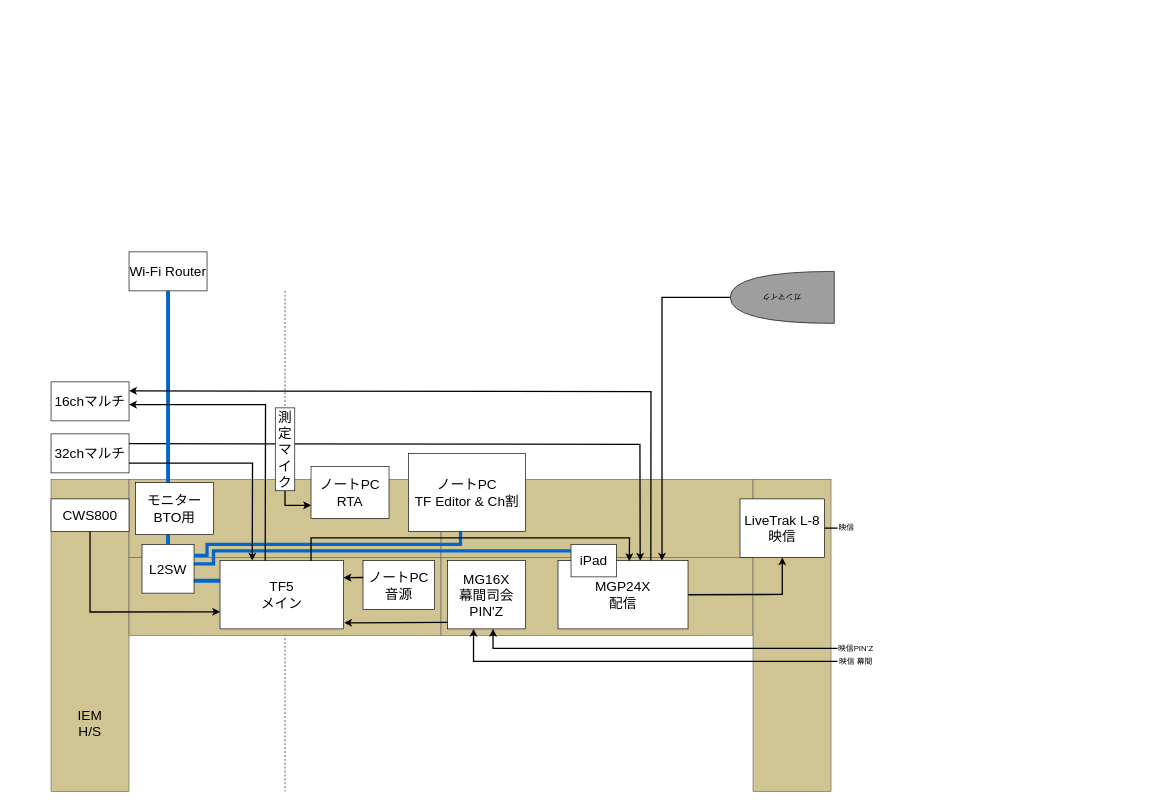
This is Geinousai.drawio from shuji4649/drawio, a draw.io file, before an edit. Source tidied: cells renumbered, new cells numbered last; positions are measured from the earlier drawing's top-left corner, leaving out a move shared by most shapes. Both pictures are drawn from the tidied source at 65%, with x=0, y=0 at pixel (-66, 252).
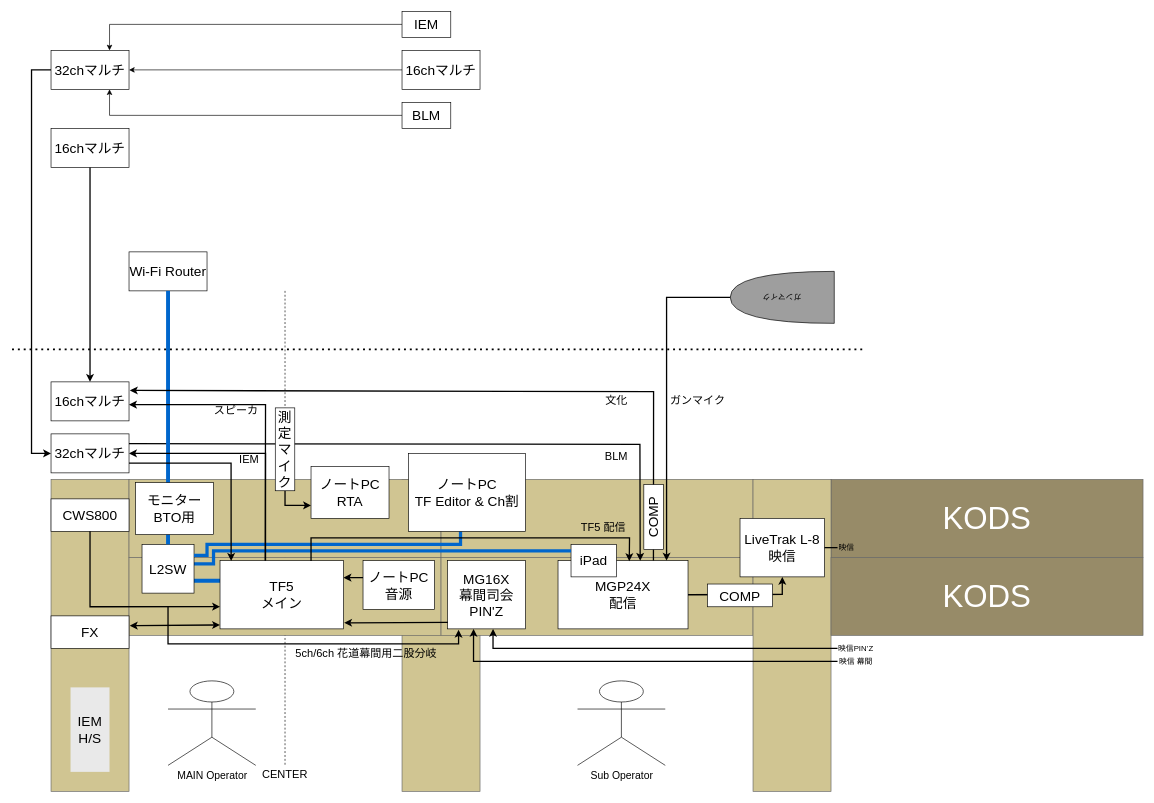
The same page after the edit.

Commit message:
Geinousai.drawio を更新します

Unchanged cells that the change refers to:
```xml
<mxCell id="9" value="&lt;span style=&quot;font-size: 21px;&quot;&gt;MGP24X&lt;/span&gt;&lt;div&gt;&lt;span style=&quot;font-size: 21px;&quot;&gt;配信&lt;/span&gt;&lt;/div&gt;" style="rounded=0;whiteSpace=wrap;html=1;" parent="1" vertex="1">
  <mxGeometry x="960" y="475" width="200" height="105" as="geometry" />
</mxCell>
<mxCell id="11" value="&lt;span style=&quot;font-size: 21px;&quot;&gt;MG16X&lt;/span&gt;&lt;div&gt;&lt;span style=&quot;font-size: 21px;&quot;&gt;幕間司会PIN'Z&lt;/span&gt;&lt;/div&gt;" style="rounded=0;whiteSpace=wrap;html=1;" parent="1" vertex="1">
  <mxGeometry x="790" y="475" width="120" height="105" as="geometry" />
</mxCell>
<mxCell id="12" value="&lt;span style=&quot;font-size: 21px;&quot;&gt;32chマルチ&lt;/span&gt;" style="rounded=0;whiteSpace=wrap;html=1;" parent="1" vertex="1">
  <mxGeometry x="180" y="280" width="120" height="60" as="geometry" />
</mxCell>
<mxCell id="13" value="&lt;span style=&quot;font-size: 21px;&quot;&gt;CWS800&lt;/span&gt;" style="rounded=0;whiteSpace=wrap;html=1;" parent="1" vertex="1">
  <mxGeometry x="180" y="380" width="120" height="50" as="geometry" />
</mxCell>
<mxCell id="26" value="&lt;font style=&quot;font-size: 21px;&quot;&gt;TF5&lt;/font&gt;&lt;div&gt;&lt;font style=&quot;font-size: 21px;&quot;&gt;メイン&lt;/font&gt;&lt;/div&gt;" style="rounded=0;whiteSpace=wrap;html=1;" parent="1" vertex="1">
  <mxGeometry x="440" y="475" width="190" height="105" as="geometry" />
</mxCell>
<mxCell id="35" value="&lt;span style=&quot;font-size: 21px;&quot;&gt;16chマルチ&lt;/span&gt;" style="rounded=0;whiteSpace=wrap;html=1;" parent="1" vertex="1">
  <mxGeometry x="180" y="200" width="120" height="60" as="geometry" />
</mxCell>
```

The edit, as a diff of the source:
```diff
@@
+    <mxCell id="47" value="&lt;font style=&quot;font-size: 48px; color: rgb(255, 255, 255);&quot;&gt;KODS&lt;/font&gt;" style="rounded=0;whiteSpace=wrap;html=1;rotation=0;fillColor=#978B68;fontColor=#333333;strokeColor=#666666;" parent="1" vertex="1">
+      <mxGeometry x="1380" y="350" width="480" height="120" as="geometry" />
+    </mxCell>
+    <mxCell id="48" style="rounded=0;whiteSpace=wrap;html=1;rotation=-90;fillColor=#D0C592;fontColor=#333333;strokeColor=#666666;" parent="1" vertex="1">
+      <mxGeometry x="540" y="530" width="480" height="120" as="geometry" />
+    </mxCell>
     <mxCell id="2" style="endArrow=none;html=1;rounded=0;dashed=1;" parent="1" edge="1">
       <mxGeometry relative="1" as="geometry">
         <mxPoint x="540" y="60" as="sourcePoint" />
-        <mxPoint x="540" y="830" as="targetPoint" />
+        <mxPoint x="540" y="790" as="targetPoint" />
       </mxGeometry>
     </mxCell>
@@
     <mxCell id="10" value="&lt;span style=&quot;font-size: 21px;&quot;&gt;LiveTrak L-8&lt;/span&gt;&lt;div&gt;&lt;span style=&quot;font-size: 21px;&quot;&gt;映信&lt;/span&gt;&lt;/div&gt;" style="rounded=0;whiteSpace=wrap;html=1;" parent="1" vertex="1">
-      <mxGeometry x="1240" y="380" width="130" height="90" as="geometry" />
+      <mxGeometry x="1240" y="410" width="130" height="90" as="geometry" />
     </mxCell>
@@
-    <mxCell id="15" value="ガンマイク" style="shape=or;whiteSpace=wrap;html=1;rotation=-180;fillColor=#9E9E9E;" parent="1" vertex="1">
-      <mxGeometry x="1225" y="30" width="160" height="80" as="geometry" />
-    </mxCell>
@@
-    <mxCell id="33" style="endArrow=classic;html=1;rounded=0;entryX=0.893;entryY=-0.004;entryDx=0;entryDy=0;entryPerimeter=0;strokeWidth=2;" parent="1" edge="1" source="15">
+    <mxCell id="33" style="endArrow=classic;html=1;rounded=0;entryX=0.893;entryY=-0.004;entryDx=0;entryDy=0;entryPerimeter=0;strokeWidth=2;" parent="1" edge="1">
       <mxGeometry relative="1" as="geometry">
-        <mxPoint x="1120" y="475" as="targetPoint" />
+        <mxPoint x="1232" y="70" as="sourcePoint" />
+        <mxPoint x="1127" y="475" as="targetPoint" />
         <Array as="points">
-          <mxPoint x="1120" y="70" />
+          <mxPoint x="1127" y="70" />
         </Array>
       </mxGeometry>
     </mxCell>
@@
-    <mxCell id="38" style="endArrow=classic;html=1;rounded=0;exitX=1;exitY=0.75;exitDx=0;exitDy=0;entryX=0.261;entryY=0;entryDx=0;entryDy=0;entryPerimeter=0;strokeWidth=2;" parent="1" edge="1" source="12" target="26">
+    <mxCell id="38" style="endArrow=classic;html=1;rounded=0;exitX=1;exitY=0.75;exitDx=0;exitDy=0;entryX=0.09;entryY=0.005;entryDx=0;entryDy=0;entryPerimeter=0;strokeWidth=2;" parent="1" edge="1" source="12" target="26">
       <mxGeometry relative="1" as="geometry">
         <Array as="points">
-          <mxPoint x="490" y="325" />
+          <mxPoint x="457" y="325" />
         </Array>
       </mxGeometry>
     </mxCell>
@@
-    <mxCell id="40" style="endArrow=none;html=1;rounded=0;exitX=1;exitY=0.25;exitDx=0;exitDy=0;entryX=0.714;entryY=-0.002;entryDx=0;entryDy=0;entryPerimeter=0;startArrow=classic;startFill=1;endFill=0;strokeWidth=2;" parent="1" edge="1" target="9">
+    <mxCell id="40" style="endArrow=none;html=1;rounded=0;exitX=1.011;exitY=0.22;exitDx=0;exitDy=0;entryX=0.714;entryY=-0.002;entryDx=0;entryDy=0;entryPerimeter=0;startArrow=classic;startFill=1;endFill=0;strokeWidth=2;exitPerimeter=0;" parent="1" edge="1" source="35">
       <mxGeometry relative="1" as="geometry">
-        <mxPoint x="300" y="213.8" as="sourcePoint" />
+        <mxPoint x="1106.8" y="474.8" as="targetPoint" />
         <Array as="points">
-          <mxPoint x="1103" y="215" />
+          <mxPoint x="1107" y="215" />
         </Array>
       </mxGeometry>
     </mxCell>
-    <mxCell id="41" style="endArrow=classic;html=1;rounded=0;entryX=0;entryY=0.75;entryDx=0;entryDy=0;exitX=0.5;exitY=1;exitDx=0;exitDy=0;strokeWidth=2;" parent="1" edge="1" source="13" target="26">
+    <mxCell id="41" style="endArrow=classic;html=1;rounded=0;entryX=0;entryY=0.75;entryDx=0;entryDy=0;strokeWidth=2;" parent="1" edge="1">
       <mxGeometry relative="1" as="geometry">
+        <mxPoint x="240" y="430" as="sourcePoint" />
+        <mxPoint x="440" y="545.8" as="targetPoint" />
         <Array as="points">
-          <mxPoint x="240" y="554" />
+          <mxPoint x="240" y="546" />
         </Array>
       </mxGeometry>
     </mxCell>
-    <mxCell id="42" value="&lt;font style=&quot;font-size: 21px;&quot;&gt;IEM&lt;br&gt;H/S&lt;/font&gt;" style="text;html=1;align=center;verticalAlign=middle;whiteSpace=wrap;rounded=0;" parent="1" vertex="1">
-      <mxGeometry x="210" y="710" width="60" height="30" as="geometry" />
+    <mxCell id="42" value="&lt;font style=&quot;font-size: 21px;&quot;&gt;IEM&lt;br&gt;H/S&lt;/font&gt;" style="text;html=1;align=center;verticalAlign=middle;whiteSpace=wrap;rounded=0;fillColor=#E9E9E9;" parent="1" vertex="1">
+      <mxGeometry x="210" y="670" width="60" height="130" as="geometry" />
     </mxCell>
@@
-    <mxCell id="45" style="endArrow=none;html=1;rounded=0;exitX=1;exitY=0.5;exitDx=0;exitDy=0;strokeWidth=2;" parent="1" edge="1" source="10">
-      <mxGeometry relative="1" as="geometry">
-        <mxPoint x="1390" y="425" as="targetPoint" />
-      </mxGeometry>
+    <mxCell id="45" style="endArrow=none;html=1;rounded=0;exitX=1;exitY=0.5;exitDx=0;exitDy=0;strokeWidth=2;entryX=0;entryY=0.5;entryDx=0;entryDy=0;" parent="1" edge="1" source="10" target="46">
+      <mxGeometry relative="1" as="geometry" />
     </mxCell>
     <mxCell id="46" value="映信" style="text;html=1;align=left;verticalAlign=middle;whiteSpace=wrap;rounded=0;" parent="1" vertex="1">
-      <mxGeometry x="1390" y="410" width="60" height="30" as="geometry" />
+      <mxGeometry x="1390" y="440" width="60" height="30" as="geometry" />
     </mxCell>
+    <mxCell id="49" style="endArrow=classic;html=1;rounded=0;entryX=0.142;entryY=1.013;entryDx=0;entryDy=0;entryPerimeter=0;strokeWidth=2;" parent="1" edge="1" target="11">
+      <mxGeometry relative="1" as="geometry">
+        <mxPoint x="360" y="546" as="sourcePoint" />
+        <Array as="points">
+          <mxPoint x="360" y="603" />
+          <mxPoint x="807" y="603" />
+        </Array>
+      </mxGeometry>
+    </mxCell>
+    <mxCell id="50" value="BLM" style="text;html=1;align=center;verticalAlign=middle;whiteSpace=wrap;rounded=0;fontSize=17;" parent="1" vertex="1">
+      <mxGeometry x="1020" y="300" width="60" height="30" as="geometry" />
+    </mxCell>
+    <mxCell id="51" value="文化" style="text;html=1;align=center;verticalAlign=middle;whiteSpace=wrap;rounded=0;fontSize=17;" parent="1" vertex="1">
+      <mxGeometry x="1020" y="215" width="60" height="30" as="geometry" />
+    </mxCell>
+    <mxCell id="52" value="TF5 配信" style="text;html=1;align=center;verticalAlign=middle;whiteSpace=wrap;rounded=0;fontSize=17;" parent="1" vertex="1">
+      <mxGeometry x="990" y="410" width="80" height="30" as="geometry" />
+    </mxCell>
+    <mxCell id="53" value="ガンマイク" style="text;html=1;align=center;verticalAlign=middle;whiteSpace=wrap;rounded=0;fontSize=17;" parent="1" vertex="1">
+      <mxGeometry x="1125" y="215" width="100" height="30" as="geometry" />
+    </mxCell>
+    <mxCell id="54" value="スピーカ" style="text;html=1;align=center;verticalAlign=middle;whiteSpace=wrap;rounded=0;fontSize=17;" parent="1" vertex="1">
+      <mxGeometry x="400" y="230" width="130" height="30" as="geometry" />
+    </mxCell>
+    <mxCell id="55" value="5ch/6ch 花道幕間用二股分岐" style="text;html=1;align=center;verticalAlign=middle;whiteSpace=wrap;rounded=0;fontSize=17;" parent="1" vertex="1">
+      <mxGeometry x="555" y="604" width="220" height="30" as="geometry" />
+    </mxCell>
+    <mxCell id="56" value="CENTER" style="text;html=1;align=center;verticalAlign=middle;whiteSpace=wrap;rounded=0;fontSize=17;" parent="1" vertex="1">
+      <mxGeometry x="510" y="790" width="60" height="30" as="geometry" />
+    </mxCell>
+    <mxCell id="57" value="&lt;span style=&quot;font-size: 21px;&quot;&gt;COMP&lt;/span&gt;" style="rounded=0;whiteSpace=wrap;html=1;" parent="1" vertex="1">
+      <mxGeometry x="1190" y="511" width="100" height="35" as="geometry" />
+    </mxCell>
+    <mxCell id="58" value="&lt;span style=&quot;font-size: 21px;&quot;&gt;COMP&lt;/span&gt;" style="rounded=0;whiteSpace=wrap;html=1;rotation=-90;" parent="1" vertex="1">
+      <mxGeometry x="1057" y="393" width="100" height="30" as="geometry" />
+    </mxCell>
+    <mxCell id="15" value="ガンマイク" style="shape=or;whiteSpace=wrap;html=1;rotation=-180;fillColor=#9E9E9E;" parent="1" vertex="1">
+      <mxGeometry x="1225" y="30" width="160" height="80" as="geometry" />
+    </mxCell>
+    <mxCell id="59" value="&lt;span style=&quot;font-size: 21px;&quot;&gt;FX&lt;/span&gt;" style="rounded=0;whiteSpace=wrap;html=1;" parent="1" vertex="1">
+      <mxGeometry x="180" y="560" width="120" height="50" as="geometry" />
+    </mxCell>
+    <mxCell id="60" style="endArrow=classic;html=1;rounded=0;exitX=1.01;exitY=0.301;exitDx=0;exitDy=0;entryX=0;entryY=1;entryDx=0;entryDy=0;strokeWidth=2;startArrow=classic;startFill=1;exitPerimeter=0;" parent="1" edge="1" source="59">
+      <mxGeometry relative="1" as="geometry">
+        <mxPoint x="440" y="574" as="targetPoint" />
+      </mxGeometry>
+    </mxCell>
+    <mxCell id="61" value="&lt;span style=&quot;font-size: 21px;&quot;&gt;16chマルチ&lt;/span&gt;" style="rounded=0;whiteSpace=wrap;html=1;" parent="1" vertex="1">
+      <mxGeometry x="180" y="-190" width="120" height="60" as="geometry" />
+    </mxCell>
+    <mxCell id="62" value="&lt;span style=&quot;font-size: 21px;&quot;&gt;32chマルチ&lt;/span&gt;" style="rounded=0;whiteSpace=wrap;html=1;" parent="1" vertex="1">
+      <mxGeometry x="180" y="-310" width="120" height="60" as="geometry" />
+    </mxCell>
+    <mxCell id="63" value="&lt;span style=&quot;font-size: 21px;&quot;&gt;16chマルチ&lt;/span&gt;" style="rounded=0;whiteSpace=wrap;html=1;" parent="1" vertex="1">
+      <mxGeometry x="720" y="-310" width="120" height="60" as="geometry" />
+    </mxCell>
+    <mxCell id="64" style="endArrow=none;html=1;rounded=0;exitX=1;exitY=0.5;exitDx=0;exitDy=0;entryX=0;entryY=0.5;entryDx=0;entryDy=0;endFill=0;startArrow=classic;startFill=1;" parent="1" edge="1" source="62" target="63">
+      <mxGeometry relative="1" as="geometry" />
+    </mxCell>
+    <mxCell id="65" style="endArrow=classic;html=1;rounded=0;exitX=0;exitY=0.5;exitDx=0;exitDy=0;entryX=0;entryY=0.5;entryDx=0;entryDy=0;strokeWidth=2;" parent="1" edge="1" source="62" target="12">
+      <mxGeometry relative="1" as="geometry">
+        <Array as="points">
+          <mxPoint x="150" y="-280" />
+          <mxPoint x="150" y="310" />
+        </Array>
+      </mxGeometry>
+    </mxCell>
+    <mxCell id="66" style="endArrow=classic;html=1;rounded=0;exitX=0.5;exitY=1;exitDx=0;exitDy=0;entryX=0.5;entryY=0;entryDx=0;entryDy=0;strokeWidth=2;" parent="1" edge="1" source="61" target="35">
+      <mxGeometry relative="1" as="geometry" />
+    </mxCell>
+    <mxCell id="67" style="edgeStyle=orthogonalEdgeStyle;rounded=0;jettySize=auto;html=1;exitX=0;exitY=0.5;exitDx=0;exitDy=0;entryX=0.75;entryY=0;entryDx=0;entryDy=0;" parent="1" edge="1" source="68" target="62">
+      <mxGeometry relative="1" as="geometry" />
+    </mxCell>
+    <mxCell id="68" value="&lt;span style=&quot;font-size: 21px;&quot;&gt;IEM&lt;/span&gt;" style="rounded=0;whiteSpace=wrap;html=1;" parent="1" vertex="1">
+      <mxGeometry x="720" y="-370" width="75" height="40" as="geometry" />
+    </mxCell>
+    <mxCell id="69" style="endArrow=none;html=1;rounded=0;dashed=1;dashPattern=1 2;strokeWidth=3;" parent="1" edge="1">
+      <mxGeometry relative="1" as="geometry">
+        <mxPoint x="120" y="150" as="sourcePoint" />
+        <mxPoint x="1430" y="150" as="targetPoint" />
+      </mxGeometry>
+    </mxCell>
+    <mxCell id="70" style="edgeStyle=orthogonalEdgeStyle;rounded=0;jettySize=auto;html=1;exitX=0;exitY=0.5;exitDx=0;exitDy=0;entryX=0.75;entryY=1;entryDx=0;entryDy=0;" parent="1" edge="1" source="71" target="62">
+      <mxGeometry relative="1" as="geometry" />
+    </mxCell>
+    <mxCell id="71" value="&lt;span style=&quot;font-size: 21px;&quot;&gt;BLM&lt;/span&gt;" style="rounded=0;whiteSpace=wrap;html=1;" parent="1" vertex="1">
+      <mxGeometry x="720" y="-230" width="75" height="40" as="geometry" />
+    </mxCell>
+    <mxCell id="72" style="endArrow=none;html=1;rounded=0;exitX=1;exitY=0.5;exitDx=0;exitDy=0;entryX=0.366;entryY=0.001;entryDx=0;entryDy=0;entryPerimeter=0;startArrow=classic;startFill=1;endFill=0;strokeWidth=2;" parent="1" edge="1" source="12">
+      <mxGeometry relative="1" as="geometry">
+        <mxPoint x="510" y="475" as="targetPoint" />
+        <Array as="points">
+          <mxPoint x="510" y="310" />
+        </Array>
+      </mxGeometry>
+    </mxCell>
+    <mxCell id="73" value="IEM" style="text;html=1;align=center;verticalAlign=middle;whiteSpace=wrap;rounded=0;fontSize=17;" parent="1" vertex="1">
+      <mxGeometry x="420" y="305" width="130" height="30" as="geometry" />
+    </mxCell>
+    <mxCell id="74" value="MAIN Operator" style="shape=umlActor;verticalLabelPosition=bottom;verticalAlign=top;html=1;fontSize=16;" parent="1" vertex="1">
+      <mxGeometry x="360" y="660" width="135" height="130" as="geometry" />
+    </mxCell>
+    <mxCell id="75" value="Sub Operator" style="shape=umlActor;verticalLabelPosition=bottom;verticalAlign=top;html=1;fontSize=16;" parent="1" vertex="1">
+      <mxGeometry x="990" y="660" width="135" height="130" as="geometry" />
+    </mxCell>
+    <mxCell id="76" value="&lt;font style=&quot;font-size: 48px; color: rgb(255, 255, 255);&quot;&gt;KODS&lt;/font&gt;" style="rounded=0;whiteSpace=wrap;html=1;rotation=0;fillColor=#978B68;fontColor=#333333;strokeColor=#666666;" parent="1" vertex="1">
+      <mxGeometry x="1380" y="470" width="480" height="120" as="geometry" />
+    </mxCell>
```
